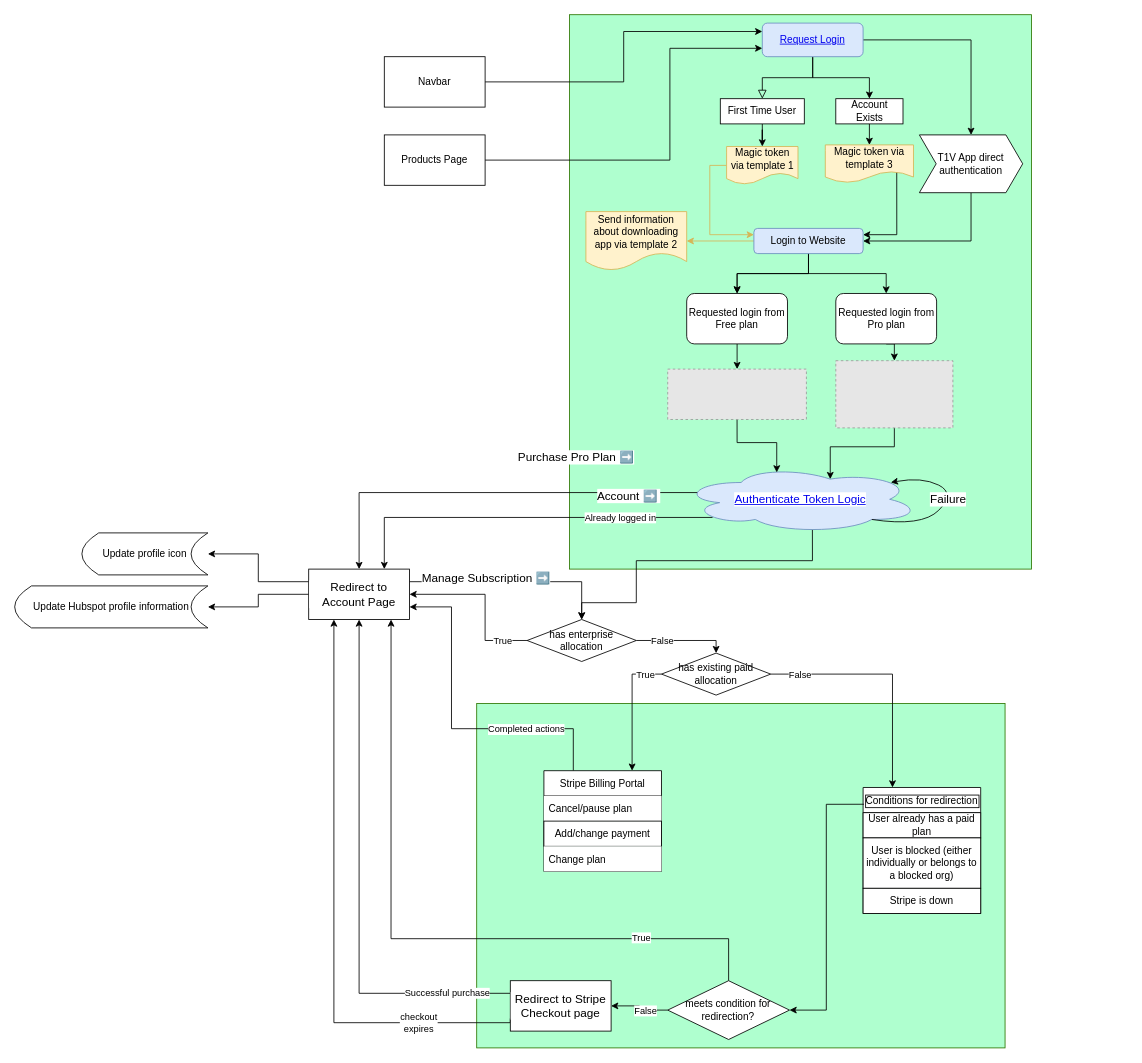
Earlier version of the draw.io diagram page "Login Flow" (1 of 3) of Untitled Diagram.drawio (pbt1v/flowcharts). Source tidied: cells renumbered, new cells numbered last; positions are measured from the earlier drawing's top-left corner, leaving out a move shared by most shapes. Both pictures are drawn from the tidied source at 84%, with x=0, y=0 at pixel (14, 14). Pictures stored in the file or linked from it are replaced by grey dashed boxes.
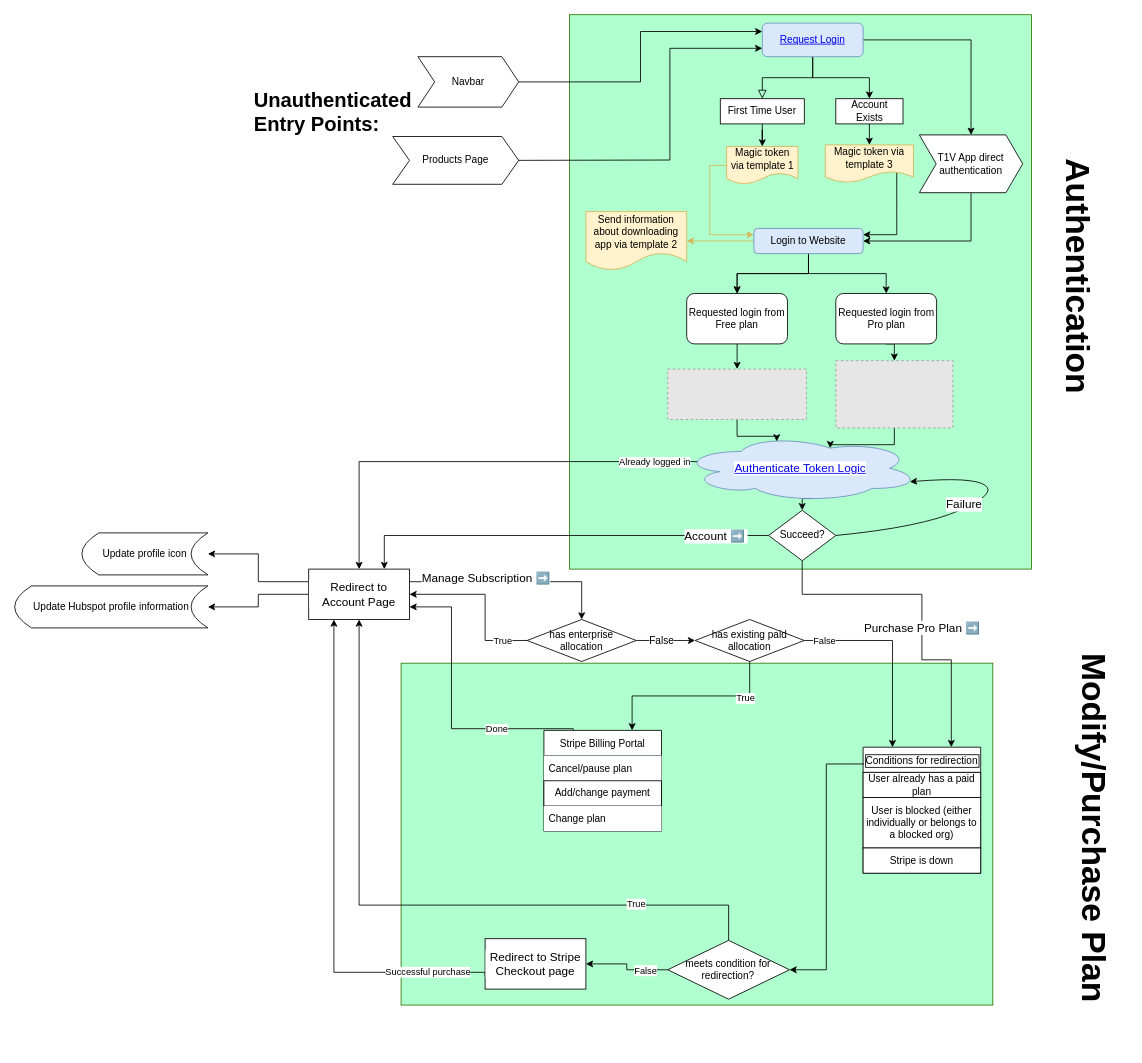
Above is the later version.

Unchanged cells that the change refers to:
```xml
<mxCell id="7" value="&lt;a href=&quot;data:page/id,41-cwJReHn9E8La9h7f7&quot;&gt;Request Login&lt;/a&gt;" style="rounded=1;whiteSpace=wrap;html=1;fontSize=12;glass=0;strokeWidth=1;shadow=0;fillColor=#dae8fc;strokeColor=#6c8ebf;" parent="1" vertex="1">
  <mxGeometry x="890" y="10" width="120" height="40" as="geometry" />
</mxCell>
<mxCell id="48" value="Redirect to Account Page" style="whiteSpace=wrap;html=1;fontSize=14;fontColor=#000000;labelBackgroundColor=#FFFFFF;" parent="1" vertex="1">
  <mxGeometry x="350" y="660" width="120" height="60" as="geometry" />
</mxCell>
<mxCell id="63" style="edgeStyle=orthogonalEdgeStyle;rounded=0;jettySize=auto;html=1;exitX=0;exitY=0.5;exitDx=0;exitDy=0;entryX=1;entryY=0.5;entryDx=0;entryDy=0;" parent="1" edge="1" source="65" target="52">
  <mxGeometry relative="1" as="geometry" />
</mxCell>
<mxCell id="69" style="edgeStyle=orthogonalEdgeStyle;rounded=0;jettySize=auto;html=1;exitX=0.25;exitY=0;exitDx=0;exitDy=0;entryX=1;entryY=0.75;entryDx=0;entryDy=0;" parent="1" edge="1" source="71" target="48">
  <mxGeometry relative="1" as="geometry">
    <Array as="points">
      <mxPoint x="665" y="850" />
      <mxPoint x="520" y="850" />
      <mxPoint x="520" y="705" />
    </Array>
  </mxGeometry>
</mxCell>
<mxCell id="79" value="has enterprise allocation" style="rhombus;whiteSpace=wrap;html=1;labelBackgroundColor=none;labelBorderColor=none;strokeColor=default;strokeWidth=1;fillColor=default;" parent="1" vertex="1">
  <mxGeometry x="610" y="720" width="130" height="50" as="geometry" />
</mxCell>
```

The edit, as a diff of the source:
```diff
@@
     <mxCell id="2" style="rounded=0;whiteSpace=wrap;html=1;fillColor=#00FF6650;strokeColor=#2D7600;fontColor=#ffffff;" parent="1" vertex="1">
-      <mxGeometry x="550" y="820" width="629" height="410" as="geometry" />
+      <mxGeometry x="460" y="772" width="704.4" height="407" as="geometry" />
     </mxCell>
@@
-    <mxCell id="28" style="edgeStyle=orthogonalEdgeStyle;rounded=0;jettySize=auto;html=1;fontSize=14;fontColor=#000000;exitX=0.07;exitY=0.4;exitDx=0;exitDy=0;exitPerimeter=0;" parent="1" edge="1" source="34" target="48">
+    <mxCell id="28" style="edgeStyle=orthogonalEdgeStyle;rounded=0;jettySize=auto;html=1;fontSize=14;fontColor=#000000;exitX=0;exitY=0.5;exitDx=0;exitDy=0;entryX=0.75;entryY=0;entryDx=0;entryDy=0;" parent="1" edge="1" source="86" target="48">
       <mxGeometry relative="1" as="geometry" />
     </mxCell>
     <mxCell id="29" value="Account ➡️&amp;nbsp;" style="edgeLabel;html=1;align=center;verticalAlign=middle;fontSize=14;fontColor=#000000;" parent="28" vertex="1">
       <mxGeometry x="0.66" y="3" relative="1" as="geometry">
-        <mxPoint x="317" y="-4" as="offset" />
+        <mxPoint x="350" y="-3" as="offset" />
       </mxGeometry>
     </mxCell>
-    <mxCell id="30" style="edgeStyle=orthogonalEdgeStyle;rounded=0;jettySize=auto;html=1;exitX=0.13;exitY=0.77;exitDx=0;exitDy=0;exitPerimeter=0;entryX=0.75;entryY=0;entryDx=0;entryDy=0;" parent="1" edge="1" source="34" target="48">
+    <mxCell id="30" style="edgeStyle=orthogonalEdgeStyle;rounded=0;jettySize=auto;html=1;entryX=0.5;entryY=0;entryDx=0;entryDy=0;exitX=0.07;exitY=0.4;exitDx=0;exitDy=0;exitPerimeter=0;" parent="1" edge="1" source="34" target="48">
       <mxGeometry relative="1" as="geometry">
         <Array as="points">
-          <mxPoint x="440" y="599" />
+          <mxPoint x="410" y="532" />
         </Array>
       </mxGeometry>
     </mxCell>
     <mxCell id="31" value="Already logged in" style="edgeLabel;html=1;align=center;verticalAlign=middle;" parent="30" vertex="1">
       <mxGeometry x="-0.39" y="-1" relative="1" as="geometry">
-        <mxPoint x="28" y="1" as="offset" />
+        <mxPoint x="110" y="1" as="offset" />
       </mxGeometry>
     </mxCell>
-    <mxCell id="32" style="edgeStyle=orthogonalEdgeStyle;rounded=0;jettySize=auto;html=1;exitX=0.55;exitY=0.95;exitDx=0;exitDy=0;exitPerimeter=0;entryX=0.5;entryY=0;entryDx=0;entryDy=0;" parent="1" edge="1" source="34" target="79">
-      <mxGeometry relative="1" as="geometry">
-        <Array as="points">
-          <mxPoint x="950" y="650" />
-          <mxPoint x="740" y="650" />
-          <mxPoint x="740" y="700" />
-          <mxPoint x="675" y="700" />
-        </Array>
-      </mxGeometry>
-    </mxCell>
-    <mxCell id="33" value="&lt;span style=&quot;font-size: 14px&quot;&gt;Purchase Pro Plan ➡️&lt;/span&gt;" style="edgeLabel;html=1;align=center;verticalAlign=middle;" parent="32" vertex="1">
-      <mxGeometry x="0.16" y="2" relative="1" as="geometry">
-        <mxPoint x="-98" y="-126" as="offset" />
+    <mxCell id="33" value="&lt;span style=&quot;font-size: 14px&quot;&gt;Purchase Pro Plan ➡️&lt;/span&gt;" style="edgeStyle=orthogonalEdgeStyle;rounded=0;jettySize=auto;html=1;entryX=0.75;entryY=0;entryDx=0;entryDy=0;startArrow=none;exitX=0.5;exitY=1;exitDx=0;exitDy=0;" parent="1" edge="1" source="86" target="57">
+      <mxGeometry x="0.11" relative="1" as="geometry">
+        <Array as="points">
+          <mxPoint x="938" y="690" />
+          <mxPoint x="1080" y="690" />
+          <mxPoint x="1080" y="768" />
+          <mxPoint x="1115" y="768" />
+        </Array>
       </mxGeometry>
     </mxCell>
+    <mxCell id="85" style="edgeStyle=orthogonalEdgeStyle;rounded=0;jettySize=auto;html=1;exitX=0.55;exitY=0.95;exitDx=0;exitDy=0;exitPerimeter=0;entryX=0.5;entryY=0;entryDx=0;entryDy=0;" parent="1" edge="1" source="34" target="86">
+      <mxGeometry relative="1" as="geometry" />
+    </mxCell>
     <mxCell id="34" value="&lt;a href=&quot;data:page/id,Cjgt9jFM1V30jB4g_Zc7&quot;&gt;Authenticate Token Logic&lt;/a&gt;" style="ellipse;shape=cloud;whiteSpace=wrap;html=1;labelBackgroundColor=#FFFFFF;fontSize=14;fillColor=#dae8fc;strokeColor=#6c8ebf;" parent="1" vertex="1">
-      <mxGeometry x="794" y="536.9" width="283" height="80" as="geometry" />
+      <mxGeometry x="794" y="500" width="283" height="80" as="geometry" />
     </mxCell>
@@
-    <mxCell id="42" style="curved=1;endArrow=classic;html=1;rounded=0;fontSize=14;fontColor=#000000;exitX=0.8;exitY=0.8;exitDx=0;exitDy=0;exitPerimeter=0;entryX=0.88;entryY=0.25;entryDx=0;entryDy=0;entryPerimeter=0;" parent="1" edge="1" source="34" target="34">
+    <mxCell id="42" style="curved=1;endArrow=classic;html=1;rounded=0;fontSize=14;fontColor=#000000;exitX=1;exitY=0.5;exitDx=0;exitDy=0;entryX=0.96;entryY=0.7;entryDx=0;entryDy=0;entryPerimeter=0;" parent="1" edge="1" source="86" target="34">
       <mxGeometry relative="1" as="geometry">
         <Array as="points">
           <mxPoint x="1080" y="610" />
-          <mxPoint x="1120" y="570" />
-          <mxPoint x="1080" y="550" />
+          <mxPoint x="1170" y="570" />
+          <mxPoint x="1140" y="550" />
         </Array>
       </mxGeometry>
     </mxCell>
@@
-    <mxCell id="49" value="Successful purchase" style="edgeStyle=orthogonalEdgeStyle;rounded=0;jettySize=auto;html=1;exitX=0;exitY=0.25;exitDx=0;exitDy=0;entryX=0.5;entryY=1;entryDx=0;entryDy=0;" parent="1" edge="1" source="52" target="48">
+    <mxCell id="49" value="Successful purchase" style="edgeStyle=orthogonalEdgeStyle;rounded=0;jettySize=auto;html=1;exitX=0;exitY=0.75;exitDx=0;exitDy=0;entryX=0.25;entryY=1;entryDx=0;entryDy=0;" parent="1" edge="1" source="52" target="48">
       <mxGeometry x="-0.76" relative="1" as="geometry">
         <Array as="points">
-          <mxPoint x="410" y="1165" />
+          <mxPoint x="560" y="1140" />
+          <mxPoint x="380" y="1140" />
         </Array>
       </mxGeometry>
     </mxCell>
-    <mxCell id="50" style="edgeStyle=orthogonalEdgeStyle;rounded=0;jettySize=auto;html=1;entryX=0.25;entryY=1;entryDx=0;entryDy=0;exitX=0;exitY=0.75;exitDx=0;exitDy=0;" parent="1" edge="1" source="52" target="48">
-      <mxGeometry relative="1" as="geometry">
-        <Array as="points">
-          <mxPoint x="590" y="1200" />
-          <mxPoint x="380" y="1200" />
-        </Array>
-      </mxGeometry>
-    </mxCell>
-    <mxCell id="51" value="checkout&lt;br&gt;expires" style="edgeLabel;html=1;align=center;verticalAlign=middle;" parent="50" vertex="1">
-      <mxGeometry x="0.18" y="1" relative="1" as="geometry">
-        <mxPoint x="101" y="194" as="offset" />
-      </mxGeometry>
-    </mxCell>
     <mxCell id="52" value="Redirect to Stripe Checkout page" style="whiteSpace=wrap;html=1;fontSize=14;fontColor=#000000;labelBackgroundColor=#FFFFFF;" parent="1" vertex="1">
-      <mxGeometry x="590" y="1150" width="120" height="60" as="geometry" />
+      <mxGeometry x="560" y="1100" width="120" height="60" as="geometry" />
     </mxCell>
     <mxCell id="53" style="edgeStyle=orthogonalEdgeStyle;rounded=0;jettySize=auto;html=1;exitX=1;exitY=0.5;exitDx=0;exitDy=0;entryX=0;entryY=0.75;entryDx=0;entryDy=0;" parent="1" edge="1" source="54" target="7">
       <mxGeometry relative="1" as="geometry">
         <Array as="points">
+          <mxPoint x="560" y="173" />
           <mxPoint x="780" y="173" />
           <mxPoint x="780" y="40" />
         </Array>
       </mxGeometry>
     </mxCell>
-    <mxCell id="54" value="Products Page" style="rounded=0;whiteSpace=wrap;html=1;" parent="1" vertex="1">
-      <mxGeometry x="440" y="143.1" width="120" height="60" as="geometry" />
+    <mxCell id="54" value="Products Page" style="shape=step;perimeter=stepPerimeter;whiteSpace=wrap;html=1;fixedSize=1;fontFamily=Helvetica;fontSize=12;fontColor=rgb(0, 0, 0);align=center;strokeColor=rgb(0, 0, 0);fillColor=rgb(255, 255, 255);" parent="1" vertex="1">
+      <mxGeometry x="450" y="145" width="150" height="56.9" as="geometry" />
     </mxCell>
@@
-    <mxCell id="56" value="Navbar" style="rounded=0;whiteSpace=wrap;html=1;" parent="1" vertex="1">
-      <mxGeometry x="440" y="50" width="120" height="60" as="geometry" />
+    <mxCell id="56" value="Navbar" style="shape=step;perimeter=stepPerimeter;whiteSpace=wrap;html=1;fixedSize=1;fontFamily=Helvetica;fontSize=12;fontColor=rgb(0, 0, 0);align=center;strokeColor=rgb(0, 0, 0);fillColor=rgb(255, 255, 255);" parent="1" vertex="1">
+      <mxGeometry x="480" y="50" width="120" height="60" as="geometry" />
     </mxCell>
     <mxCell id="57" value="Conditions for redirection" style="swimlane;fontStyle=0;horizontal=1;startSize=30;labelBorderColor=default;" parent="1" vertex="1">
-      <mxGeometry x="1010" y="920" width="140" height="150" as="geometry" />
+      <mxGeometry x="1010" y="872" width="140" height="150" as="geometry" />
     </mxCell>
@@
-    <mxCell id="61" style="edgeStyle=orthogonalEdgeStyle;rounded=0;jettySize=auto;html=1;exitX=0.5;exitY=0;exitDx=0;exitDy=0;entryX=0.817;entryY=1;entryDx=0;entryDy=0;entryPerimeter=0;" parent="1" edge="1" source="65" target="48">
+    <mxCell id="61" style="edgeStyle=orthogonalEdgeStyle;rounded=0;jettySize=auto;html=1;exitX=0.5;exitY=0;exitDx=0;exitDy=0;entryX=0.5;entryY=1;entryDx=0;entryDy=0;" parent="1" edge="1" source="65" target="48">
       <mxGeometry relative="1" as="geometry">
         <Array as="points">
-          <mxPoint x="850" y="1100" />
-          <mxPoint x="448" y="1100" />
+          <mxPoint x="850" y="1060" />
+          <mxPoint x="410" y="1060" />
         </Array>
       </mxGeometry>
     </mxCell>
@@
     <mxCell id="64" value="False" style="edgeLabel;html=1;align=center;verticalAlign=middle;" parent="63" vertex="1">
       <mxGeometry x="-0.24" y="-4" relative="1" as="geometry">
-        <mxPoint x="1" y="4" as="offset" />
+        <mxPoint x="13" y="4" as="offset" />
       </mxGeometry>
     </mxCell>
     <mxCell id="65" value="&lt;span&gt;meets condition for redirection?&lt;/span&gt;" style="rhombus;whiteSpace=wrap;html=1;fontFamily=Helvetica;fontSize=12;fontColor=rgb(0, 0, 0);align=center;strokeColor=rgb(0, 0, 0);strokeWidth=1;fillColor=rgb(255, 255, 255);" parent="1" vertex="1">
-      <mxGeometry x="777.4" y="1150" width="145" height="70" as="geometry" />
+      <mxGeometry x="777.4" y="1102" width="145" height="70" as="geometry" />
     </mxCell>
@@
-    <mxCell id="70" value="Completed actions" style="edgeLabel;html=1;align=center;verticalAlign=middle;" parent="69" vertex="1">
+    <mxCell id="70" value="Done" style="edgeLabel;html=1;align=center;verticalAlign=middle;" parent="69" vertex="1">
       <mxGeometry x="-0.45" relative="1" as="geometry" />
     </mxCell>
     <mxCell id="71" value="Stripe Billing Portal" style="swimlane;fontStyle=0;horizontal=1;startSize=30;labelBorderColor=none;strokeColor=default;strokeWidth=1;fillColor=default;" parent="1" vertex="1">
-      <mxGeometry x="630" y="900" width="140" height="120" as="geometry" />
+      <mxGeometry x="630" y="852" width="140" height="120" as="geometry" />
     </mxCell>
@@
+    <mxCell id="77" style="edgeStyle=orthogonalEdgeStyle;rounded=0;jettySize=auto;html=1;exitX=0;exitY=0.5;exitDx=0;exitDy=0;entryX=1;entryY=0.5;entryDx=0;entryDy=0;" parent="1" edge="1" source="79" target="48">
+      <mxGeometry relative="1" as="geometry">
+        <Array as="points">
+          <mxPoint x="560" y="745" />
+          <mxPoint x="560" y="690" />
+        </Array>
+      </mxGeometry>
+    </mxCell>
+    <mxCell id="78" value="True" style="edgeLabel;html=1;align=center;verticalAlign=middle;" parent="77" vertex="1">
+      <mxGeometry x="-0.27" y="-2" relative="1" as="geometry">
+        <mxPoint x="18" y="21" as="offset" />
+      </mxGeometry>
+    </mxCell>
-    <mxCell id="75" style="edgeStyle=orthogonalEdgeStyle;rounded=0;jettySize=auto;html=1;exitX=1;exitY=0.5;exitDx=0;exitDy=0;entryX=0.5;entryY=0;entryDx=0;entryDy=0;" parent="1" edge="1" source="79" target="84">
-      <mxGeometry relative="1" as="geometry">
-        <Array as="points">
-          <mxPoint x="835" y="745" />
-        </Array>
-      </mxGeometry>
+    <mxCell id="75" style="edgeStyle=orthogonalEdgeStyle;rounded=0;jettySize=auto;html=1;exitX=1;exitY=0.5;exitDx=0;exitDy=0;entryX=0;entryY=0.5;entryDx=0;entryDy=0;fontSize=40;" parent="1" edge="1" source="79" target="84">
+      <mxGeometry relative="1" as="geometry" />
     </mxCell>
-    <mxCell id="76" value="False" style="edgeLabel;html=1;align=center;verticalAlign=middle;" parent="75" vertex="1">
-      <mxGeometry x="0.03" y="-3" relative="1" as="geometry">
-        <mxPoint x="-27" y="-3" as="offset" />
+    <mxCell id="76" value="False" style="edgeLabel;html=1;align=center;verticalAlign=middle;fontSize=12;" parent="75" vertex="1">
+      <mxGeometry x="-0.33" y="4" relative="1" as="geometry">
+        <mxPoint x="6" y="4" as="offset" />
       </mxGeometry>
     </mxCell>
-    <mxCell id="77" style="edgeStyle=orthogonalEdgeStyle;rounded=0;jettySize=auto;html=1;exitX=0;exitY=0.5;exitDx=0;exitDy=0;entryX=1;entryY=0.5;entryDx=0;entryDy=0;" parent="1" edge="1" source="79" target="48">
-      <mxGeometry relative="1" as="geometry">
-        <Array as="points">
-          <mxPoint x="560" y="745" />
-          <mxPoint x="560" y="690" />
-        </Array>
-      </mxGeometry>
-    </mxCell>
-    <mxCell id="78" value="True" style="edgeLabel;html=1;align=center;verticalAlign=middle;" parent="77" vertex="1">
-      <mxGeometry x="-0.27" y="-2" relative="1" as="geometry">
-        <mxPoint x="18" y="21" as="offset" />
-      </mxGeometry>
-    </mxCell>
@@
-    <mxCell id="80" style="edgeStyle=orthogonalEdgeStyle;rounded=0;jettySize=auto;html=1;exitX=0;exitY=0.5;exitDx=0;exitDy=0;entryX=0.75;entryY=0;entryDx=0;entryDy=0;" parent="1" edge="1" source="84" target="71">
+    <mxCell id="80" style="edgeStyle=orthogonalEdgeStyle;rounded=0;jettySize=auto;html=1;exitX=0.5;exitY=1;exitDx=0;exitDy=0;entryX=0.75;entryY=0;entryDx=0;entryDy=0;" parent="1" edge="1" source="84" target="71">
       <mxGeometry relative="1" as="geometry" />
     </mxCell>
@@
     <mxCell id="84" value="has existing paid allocation" style="rhombus;whiteSpace=wrap;html=1;labelBackgroundColor=none;labelBorderColor=none;strokeColor=default;strokeWidth=1;fillColor=default;" parent="1" vertex="1">
-      <mxGeometry x="770" y="760" width="130" height="50" as="geometry" />
+      <mxGeometry x="810" y="720" width="130" height="50" as="geometry" />
     </mxCell>
+    <mxCell id="86" value="Succeed?" style="rhombus;whiteSpace=wrap;html=1;" parent="1" vertex="1">
+      <mxGeometry x="897.5" y="590" width="80" height="60" as="geometry" />
+    </mxCell>
+    <mxCell id="87" value="&lt;h1&gt;Unauthenticated Entry Points:&lt;/h1&gt;" style="text;html=1;strokeColor=none;fillColor=none;spacing=5;spacingTop=-20;whiteSpace=wrap;overflow=hidden;rounded=0;" parent="1" vertex="1">
+      <mxGeometry x="280" y="81.9" width="200" height="120" as="geometry" />
+    </mxCell>
+    <mxCell id="88" value="&lt;h1&gt;&lt;font style=&quot;font-size: 40px&quot;&gt;Authentication&lt;/font&gt;&lt;/h1&gt;" style="text;html=1;strokeColor=none;fillColor=none;spacing=5;spacingTop=-20;whiteSpace=wrap;overflow=hidden;rounded=0;rotation=90;" parent="1" vertex="1">
+      <mxGeometry x="1110" y="284.4" width="303.9" height="68.1" as="geometry" />
+    </mxCell>
+    <mxCell id="89" value="&lt;h1&gt;&lt;span style=&quot;font-size: 40px&quot;&gt;Modify/Purchase Plan&lt;/span&gt;&lt;/h1&gt;" style="text;html=1;strokeColor=none;fillColor=none;spacing=5;spacingTop=-20;whiteSpace=wrap;overflow=hidden;rounded=0;rotation=90;" parent="1" vertex="1">
+      <mxGeometry x="1052" y="930" width="437.5" height="88.1" as="geometry" />
+    </mxCell>
```
